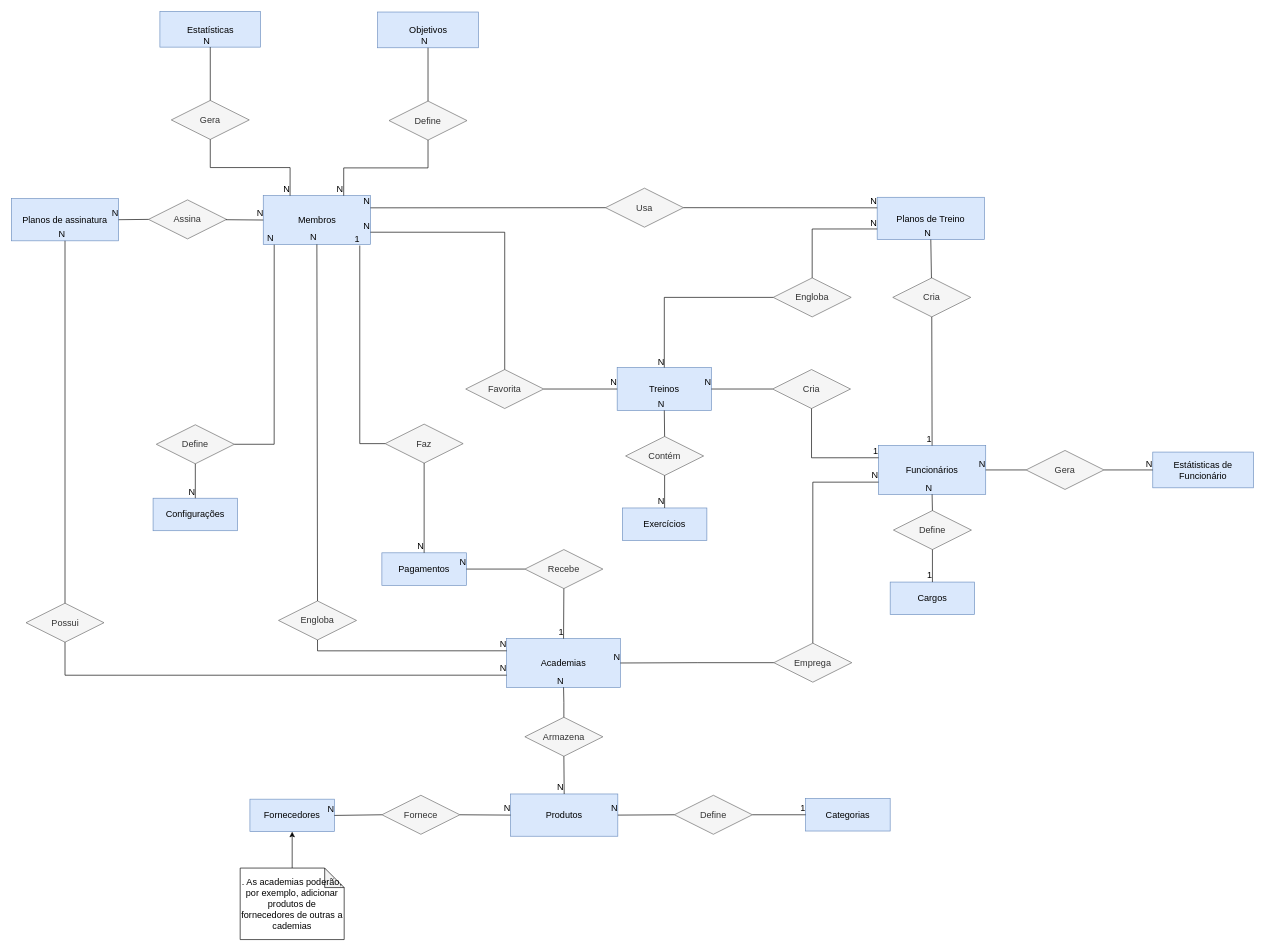
Above: DER/der-draw-io.drawio in trainya-app/diagrams (draw.io), before the change. Source tidied: cells renumbered, new cells numbered last; positions are measured from the earlier drawing's top-left corner, leaving out a move shared by most shapes. Both pictures are drawn from the tidied source at 65%, with x=0, y=0 at pixel (11, 11).
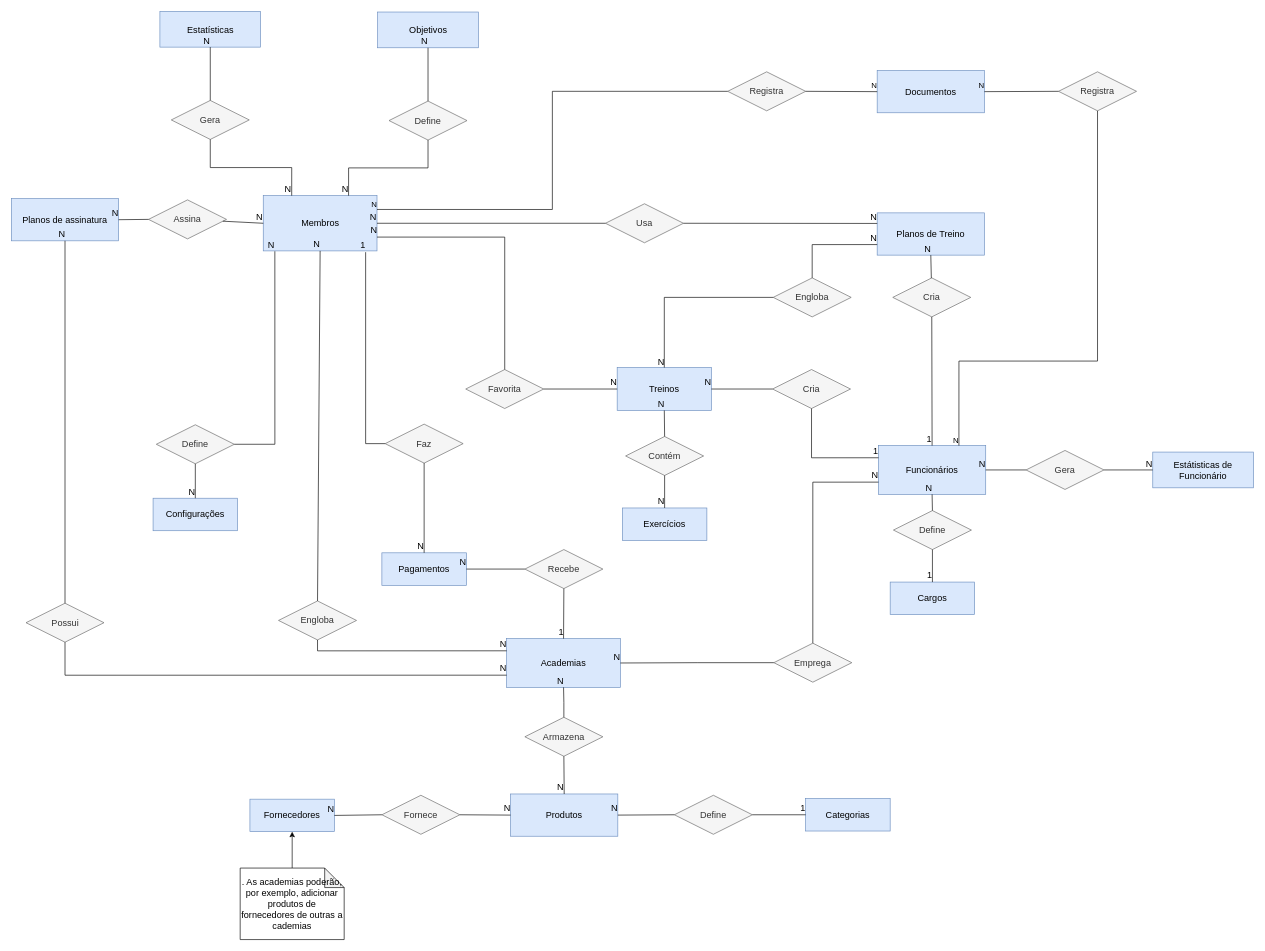
The same page after the edit.

Unchanged cells that the change refers to:
```xml
<mxCell id="4" value="Funcionários" style="whiteSpace=wrap;html=1;align=center;fillColor=#dae8fc;strokeColor=#6c8ebf;fontSize=14;" parent="1" vertex="1">
  <mxGeometry x="1334" y="668" width="165" height="75" as="geometry" />
</mxCell>
```

Diff of the diagram source:
```diff
@@
     <mxCell id="2" value="Membros" style="whiteSpace=wrap;html=1;align=center;fillColor=#dae8fc;strokeColor=#6c8ebf;fontSize=14;" parent="1" vertex="1">
-      <mxGeometry x="387.5" y="283.5" width="165" height="75" as="geometry" />
+      <mxGeometry x="387.5" y="283.5" width="175" height="85" as="geometry" />
     </mxCell>
@@
     <mxCell id="6" value="Planos de Treino" style="whiteSpace=wrap;html=1;align=center;fillColor=#dae8fc;strokeColor=#6c8ebf;fontSize=14;" parent="1" vertex="1">
-      <mxGeometry x="1332" y="286" width="165" height="65" as="geometry" />
+      <mxGeometry x="1332" y="310" width="165" height="65" as="geometry" />
     </mxCell>
@@
     <mxCell id="21" value="Usa" style="shape=rhombus;perimeter=rhombusPerimeter;whiteSpace=wrap;html=1;align=center;fillColor=#f5f5f5;strokeColor=#666666;fontColor=#333333;fontSize=14;" parent="1" vertex="1">
-      <mxGeometry x="914" y="272" width="120" height="60" as="geometry" />
+      <mxGeometry x="914" y="296" width="120" height="60" as="geometry" />
     </mxCell>
-    <mxCell id="22" style="endArrow=none;html=1;rounded=0;entryX=1;entryY=0.25;entryDx=0;entryDy=0;fontSize=14;" parent="1" edge="1" source="21" target="2">
+    <mxCell id="22" style="endArrow=none;html=1;rounded=0;entryX=1;entryY=0.5;entryDx=0;entryDy=0;fontSize=14;" parent="1" edge="1" source="21" target="2">
       <mxGeometry relative="1" as="geometry" />
     </mxCell>
@@
+    <mxCell id="120" value="Documentos" style="whiteSpace=wrap;html=1;align=center;fillColor=#dae8fc;strokeColor=#6c8ebf;fontSize=14;" parent="1" vertex="1">
+      <mxGeometry x="1332" y="91" width="165" height="65" as="geometry" />
+    </mxCell>
+    <mxCell id="121" value="Registra" style="shape=rhombus;perimeter=rhombusPerimeter;whiteSpace=wrap;html=1;align=center;fillColor=#f5f5f5;strokeColor=#666666;fontColor=#333333;fontSize=14;" parent="1" vertex="1">
+      <mxGeometry x="1102" y="93" width="120" height="60" as="geometry" />
+    </mxCell>
+    <mxCell id="122" value="Registra" style="shape=rhombus;perimeter=rhombusPerimeter;whiteSpace=wrap;html=1;align=center;fillColor=#f5f5f5;strokeColor=#666666;fontColor=#333333;fontSize=14;" parent="1" vertex="1">
+      <mxGeometry x="1611" y="93" width="120" height="60" as="geometry" />
+    </mxCell>
+    <mxCell id="123" style="endArrow=none;html=1;rounded=0;entryX=1;entryY=0.25;entryDx=0;entryDy=0;exitX=0;exitY=0.5;exitDx=0;exitDy=0;edgeStyle=orthogonalEdgeStyle;" parent="1" edge="1" source="121" target="2">
+      <mxGeometry relative="1" as="geometry" />
+    </mxCell>
+    <mxCell id="124" value="N" style="html=1;align=right;verticalAlign=bottom;" parent="123" vertex="1">
+      <mxGeometry x="1" relative="1" as="geometry" />
+    </mxCell>
+    <mxCell id="125" style="endArrow=none;html=1;rounded=0;entryX=0;entryY=0.5;entryDx=0;entryDy=0;exitX=1;exitY=0.5;exitDx=0;exitDy=0;" parent="1" edge="1" source="121" target="120">
+      <mxGeometry relative="1" as="geometry" />
+    </mxCell>
+    <mxCell id="126" value="N" style="html=1;align=right;verticalAlign=bottom;" parent="125" vertex="1">
+      <mxGeometry x="1" relative="1" as="geometry" />
+    </mxCell>
+    <mxCell id="127" style="endArrow=none;html=1;rounded=0;entryX=0.75;entryY=0;entryDx=0;entryDy=0;exitX=0.5;exitY=1;exitDx=0;exitDy=0;edgeStyle=orthogonalEdgeStyle;" parent="1" edge="1" source="122" target="4">
+      <mxGeometry relative="1" as="geometry">
+        <Array as="points">
+          <mxPoint x="1671" y="538" />
+          <mxPoint x="1458" y="538" />
+        </Array>
+      </mxGeometry>
+    </mxCell>
+    <mxCell id="128" value="N" style="html=1;align=right;verticalAlign=bottom;" parent="127" vertex="1">
+      <mxGeometry x="1" relative="1" as="geometry" />
+    </mxCell>
+    <mxCell id="129" style="endArrow=none;html=1;rounded=0;entryX=1;entryY=0.5;entryDx=0;entryDy=0;exitX=0;exitY=0.5;exitDx=0;exitDy=0;" parent="1" edge="1" source="122" target="120">
+      <mxGeometry relative="1" as="geometry" />
+    </mxCell>
+    <mxCell id="130" value="N" style="html=1;align=right;verticalAlign=bottom;" parent="129" vertex="1">
+      <mxGeometry x="1" relative="1" as="geometry" />
+    </mxCell>
```
